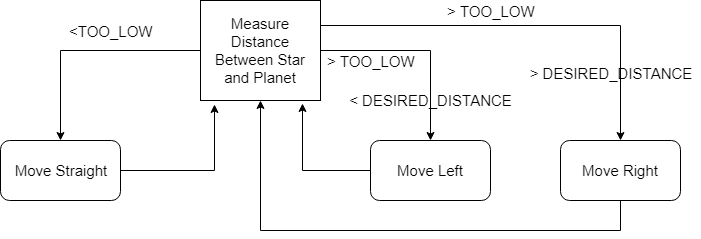
anuragg-in/kilobotics keeps this draw.io diagram as images/orbiting.png. Above is the earlier version. Source tidied: cells renumbered, new cells last; positions are measured from the earlier drawing's top-left corner, leaving out a move shared by most shapes.
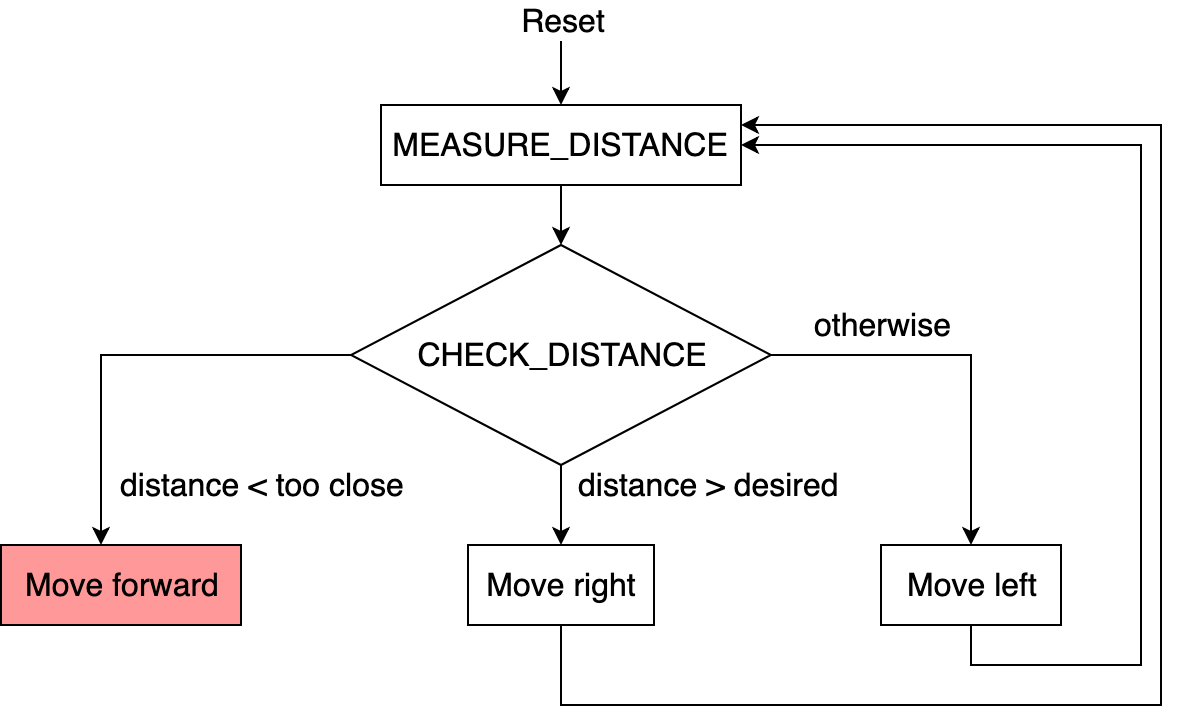
After the change.

What changed in the source:
```diff
@@ -2,63 +2,71 @@
   <root>
     <mxCell id="0" />
     <mxCell id="1" parent="0" />
-    <mxCell id="2" style="edgeStyle=orthogonalEdgeStyle;rounded=0;jettySize=auto;html=1;entryX=0.5;entryY=0;entryDx=0;entryDy=0;fontSize=15;fontStyle=0;" parent="1" edge="1" source="8">
-      <mxGeometry relative="1" as="geometry">
-        <mxPoint x="60" y="140" as="targetPoint" />
-      </mxGeometry>
+    <mxCell id="2" style="edgeStyle=orthogonalEdgeStyle;rounded=0;jettySize=auto;html=1;entryX=0.5;entryY=0;entryDx=0;entryDy=0;fontSize=16;labelBackgroundColor=none;" parent="1" edge="1" source="8" target="13">
+      <mxGeometry relative="1" as="geometry" />
     </mxCell>
-    <mxCell id="3" value="&amp;lt;TOO_LOW" style="text;html=1;align=center;verticalAlign=middle;labelBackgroundColor=#ffffff;fontSize=15;fontStyle=0;" parent="2" vertex="1">
-      <mxGeometry x="-0.2" relative="1" as="geometry">
-        <mxPoint x="2" y="-20" as="offset" />
+    <mxCell id="3" value="&lt;span style=&quot;font-size: 16px;&quot;&gt;otherwise&lt;/span&gt;" style="text;html=1;align=center;verticalAlign=middle;labelBackgroundColor=none;fontSize=16;" parent="2" vertex="1">
+      <mxGeometry x="0.57" y="-3" relative="1" as="geometry">
+        <mxPoint x="-42" y="-68" as="offset" />
       </mxGeometry>
     </mxCell>
-    <mxCell id="4" style="edgeStyle=orthogonalEdgeStyle;rounded=0;jettySize=auto;html=1;exitX=1;exitY=0.5;exitDx=0;exitDy=0;entryX=0.5;entryY=0;entryDx=0;entryDy=0;fontSize=15;fontStyle=0;" parent="1" edge="1" source="8" target="10">
+    <mxCell id="4" style="edgeStyle=orthogonalEdgeStyle;rounded=0;jettySize=auto;html=1;entryX=0.5;entryY=0;entryDx=0;entryDy=0;fontSize=16;labelBackgroundColor=none;" parent="1" edge="1" source="8" target="11">
       <mxGeometry relative="1" as="geometry" />
     </mxCell>
-    <mxCell id="5" value="&amp;gt; TOO_LOW" style="text;html=1;align=center;verticalAlign=middle;labelBackgroundColor=#ffffff;fontSize=15;" parent="4" vertex="1">
-      <mxGeometry x="-0.22" y="2" relative="1" as="geometry">
-        <mxPoint x="-28" y="12" as="offset" />
+    <mxCell id="5" value="&lt;span style=&quot;font-size: 16px;&quot;&gt;distance &amp;gt; desired&lt;/span&gt;" style="text;html=1;align=center;verticalAlign=middle;labelBackgroundColor=none;fontSize=16;" parent="4" vertex="1">
+      <mxGeometry x="-0.24" y="2" relative="1" as="geometry">
+        <mxPoint x="71" y="-5" as="offset" />
       </mxGeometry>
     </mxCell>
-    <mxCell id="6" style="edgeStyle=orthogonalEdgeStyle;rounded=0;jettySize=auto;html=1;exitX=1;exitY=0.25;exitDx=0;exitDy=0;entryX=0.5;entryY=0;entryDx=0;entryDy=0;fontSize=15;fontStyle=0;" parent="1" edge="1" source="8" target="14">
+    <mxCell id="6" style="edgeStyle=orthogonalEdgeStyle;rounded=0;jettySize=auto;html=1;entryX=0.417;entryY=0;entryDx=0;entryDy=0;entryPerimeter=0;fontSize=16;labelBackgroundColor=none;" parent="1" edge="1" source="8" target="9">
       <mxGeometry relative="1" as="geometry" />
     </mxCell>
-    <mxCell id="7" value="&amp;gt; TOO_LOW" style="text;html=1;align=center;verticalAlign=middle;labelBackgroundColor=#ffffff;fontSize=15;" parent="6" vertex="1">
-      <mxGeometry x="-0.5" y="8" relative="1" as="geometry">
-        <mxPoint x="66" y="-7" as="offset" />
+    <mxCell id="7" value="&lt;span style=&quot;font-size: 16px;&quot;&gt;distance &amp;lt; too close&lt;/span&gt;" style="text;html=1;align=center;verticalAlign=middle;labelBackgroundColor=none;fontSize=16;" parent="6" vertex="1">
+      <mxGeometry x="0.65" y="1" relative="1" as="geometry">
+        <mxPoint x="79" y="9" as="offset" />
       </mxGeometry>
     </mxCell>
-    <mxCell id="8" value="&lt;font style=&quot;font-size: 15px;&quot;&gt;Measure Distance Between Star and Planet&lt;/font&gt;" style="rounded=0;whiteSpace=wrap;html=1;fontSize=15;fontStyle=0;" parent="1" vertex="1">
-      <mxGeometry x="200" width="120" height="100" as="geometry" />
+    <mxCell id="8" value="CHECK_DISTANCE&lt;br style=&quot;font-size: 16px;&quot;&gt;" style="rhombus;whiteSpace=wrap;html=1;fontSize=16;labelBackgroundColor=none;" parent="1" vertex="1">
+      <mxGeometry x="105" y="90" width="210" height="110" as="geometry" />
     </mxCell>
-    <mxCell id="9" style="edgeStyle=orthogonalEdgeStyle;rounded=0;jettySize=auto;html=1;entryX=0.85;entryY=1.03;entryDx=0;entryDy=0;entryPerimeter=0;fontSize=15;fontStyle=0;" parent="1" edge="1" source="10" target="8">
-      <mxGeometry relative="1" as="geometry" />
+    <mxCell id="9" value="Move forward" style="rounded=0;whiteSpace=wrap;html=1;fontSize=16;labelBackgroundColor=none;fillColor=#FF9999;" parent="1" vertex="1">
+      <mxGeometry x="-70" y="240" width="120" height="40" as="geometry" />
     </mxCell>
-    <mxCell id="10" value="&lt;font style=&quot;font-size: 15px;&quot;&gt;Move Left&lt;/font&gt;" style="rounded=1;whiteSpace=wrap;html=1;fontSize=15;fontStyle=0;" parent="1" vertex="1">
-      <mxGeometry x="370" y="140" width="120" height="60" as="geometry" />
+    <mxCell id="10" style="edgeStyle=orthogonalEdgeStyle;rounded=0;jettySize=auto;html=1;entryX=1;entryY=0.25;entryDx=0;entryDy=0;labelBackgroundColor=none;fontSize=16;" parent="1" edge="1" source="11" target="15">
+      <mxGeometry relative="1" as="geometry">
+        <Array as="points">
+          <mxPoint x="210" y="320" />
+          <mxPoint x="510" y="320" />
+          <mxPoint x="510" y="30" />
+        </Array>
+      </mxGeometry>
     </mxCell>
-    <mxCell id="11" style="edgeStyle=orthogonalEdgeStyle;rounded=0;jettySize=auto;html=1;entryX=0.117;entryY=1.04;entryDx=0;entryDy=0;entryPerimeter=0;fontSize=15;fontStyle=0;" parent="1" edge="1" source="12" target="8">
-      <mxGeometry relative="1" as="geometry" />
+    <mxCell id="11" value="Move right&lt;br style=&quot;font-size: 16px&quot;&gt;" style="rounded=0;whiteSpace=wrap;html=1;fontSize=16;labelBackgroundColor=none;" parent="1" vertex="1">
+      <mxGeometry x="163.5" y="240" width="93" height="40" as="geometry" />
     </mxCell>
-    <mxCell id="12" value="&lt;font style=&quot;font-size: 15px;&quot;&gt;Move Straight&lt;/font&gt;" style="rounded=1;whiteSpace=wrap;html=1;fontSize=15;fontStyle=0;" parent="1" vertex="1">
-      <mxGeometry y="140" width="120" height="60" as="geometry" />
+    <mxCell id="12" style="edgeStyle=orthogonalEdgeStyle;rounded=0;jettySize=auto;html=1;exitX=0.5;exitY=1;exitDx=0;exitDy=0;entryX=1;entryY=0.5;entryDx=0;entryDy=0;fontSize=16;labelBackgroundColor=none;" parent="1" edge="1" source="13" target="15">
+      <mxGeometry relative="1" as="geometry">
+        <Array as="points">
+          <mxPoint x="415" y="300" />
+          <mxPoint x="500" y="300" />
+          <mxPoint x="500" y="40" />
+        </Array>
+      </mxGeometry>
     </mxCell>
-    <mxCell id="13" style="edgeStyle=orthogonalEdgeStyle;rounded=0;jettySize=auto;html=1;entryX=0.5;entryY=1;entryDx=0;entryDy=0;fontSize=15;fontStyle=0;" parent="1" edge="1" source="14" target="8">
-      <mxGeometry relative="1" as="geometry">
-        <Array as="points">
-          <mxPoint x="620" y="230" />
-          <mxPoint x="260" y="230" />
-        </Array>
-      </mxGeometry>
+    <mxCell id="13" value="Move left&lt;br style=&quot;font-size: 16px&quot;&gt;" style="rounded=0;whiteSpace=wrap;html=1;fontSize=16;labelBackgroundColor=none;" parent="1" vertex="1">
+      <mxGeometry x="370" y="240" width="90" height="40" as="geometry" />
     </mxCell>
-    <mxCell id="14" value="&lt;font style=&quot;font-size: 15px;&quot;&gt;Move Right&lt;/font&gt;" style="rounded=1;whiteSpace=wrap;html=1;fontSize=15;fontStyle=0;" parent="1" vertex="1">
-      <mxGeometry x="560" y="140" width="120" height="60" as="geometry" />
+    <mxCell id="14" style="edgeStyle=orthogonalEdgeStyle;rounded=0;jettySize=auto;html=1;fontSize=16;labelBackgroundColor=none;" parent="1" edge="1" source="15" target="8">
+      <mxGeometry relative="1" as="geometry" />
     </mxCell>
-    <mxCell id="15" value="&lt;font style=&quot;font-size: 15px;&quot;&gt;&lt;span style=&quot;font-size: 15px;&quot;&gt;&amp;lt; DESIRED_DISTANCE&lt;/span&gt;&lt;/font&gt;" style="text;html=1;strokeColor=none;fillColor=none;align=center;verticalAlign=middle;whiteSpace=wrap;rounded=0;fontSize=15;fontStyle=0;" parent="1" vertex="1">
-      <mxGeometry x="347.5" y="80" width="165" height="40" as="geometry" />
+    <mxCell id="15" value="MEASURE_DISTANCE&lt;br style=&quot;font-size: 16px;&quot;&gt;" style="rounded=0;whiteSpace=wrap;html=1;fontSize=16;labelBackgroundColor=none;" parent="1" vertex="1">
+      <mxGeometry x="120" y="20" width="180" height="40" as="geometry" />
     </mxCell>
-    <mxCell id="16" value="&lt;span style=&quot;font-size: 15px;&quot;&gt;&lt;font style=&quot;font-size: 15px;&quot;&gt;&amp;gt; DESIRED_DISTANCE&lt;br style=&quot;font-size: 15px;&quot;&gt;&lt;/font&gt;&lt;/span&gt;" style="text;html=1;strokeColor=none;fillColor=none;align=center;verticalAlign=middle;whiteSpace=wrap;rounded=0;fontSize=15;fontStyle=0;" parent="1" vertex="1">
-      <mxGeometry x="520" y="55" width="180" height="35" as="geometry" />
+    <mxCell id="16" style="edgeStyle=orthogonalEdgeStyle;rounded=0;jettySize=auto;html=1;exitX=0.5;exitY=1;exitDx=0;exitDy=0;entryX=0.5;entryY=0;entryDx=0;entryDy=0;fontSize=16;labelBackgroundColor=none;" parent="1" edge="1" source="17" target="15">
+      <mxGeometry relative="1" as="geometry" />
     </mxCell>
+    <mxCell id="17" value="Reset" style="text;html=1;strokeColor=none;fillColor=none;align=center;verticalAlign=middle;whiteSpace=wrap;rounded=0;fontSize=16;labelBackgroundColor=none;" parent="1" vertex="1">
+      <mxGeometry x="190" y="-32" width="40" height="20" as="geometry" />
+    </mxCell>
   </root>
 </mxGraphModel>
```
